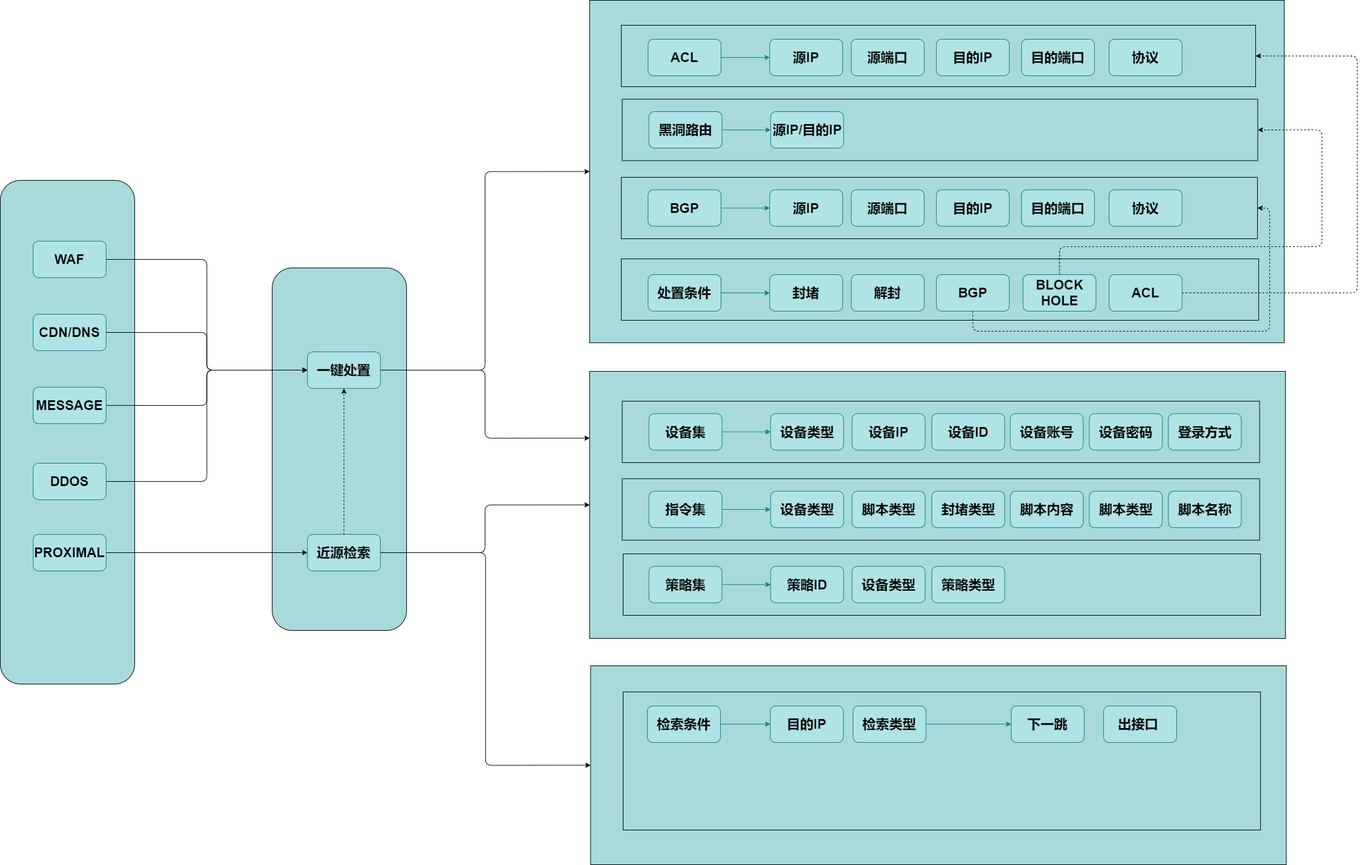
The draw.io diagram emer_action.png in scdays/asset, before a commit. Source tidied: cells renumbered, new cells last; positions are measured from the earlier drawing's top-left corner, leaving out a move shared by most shapes.
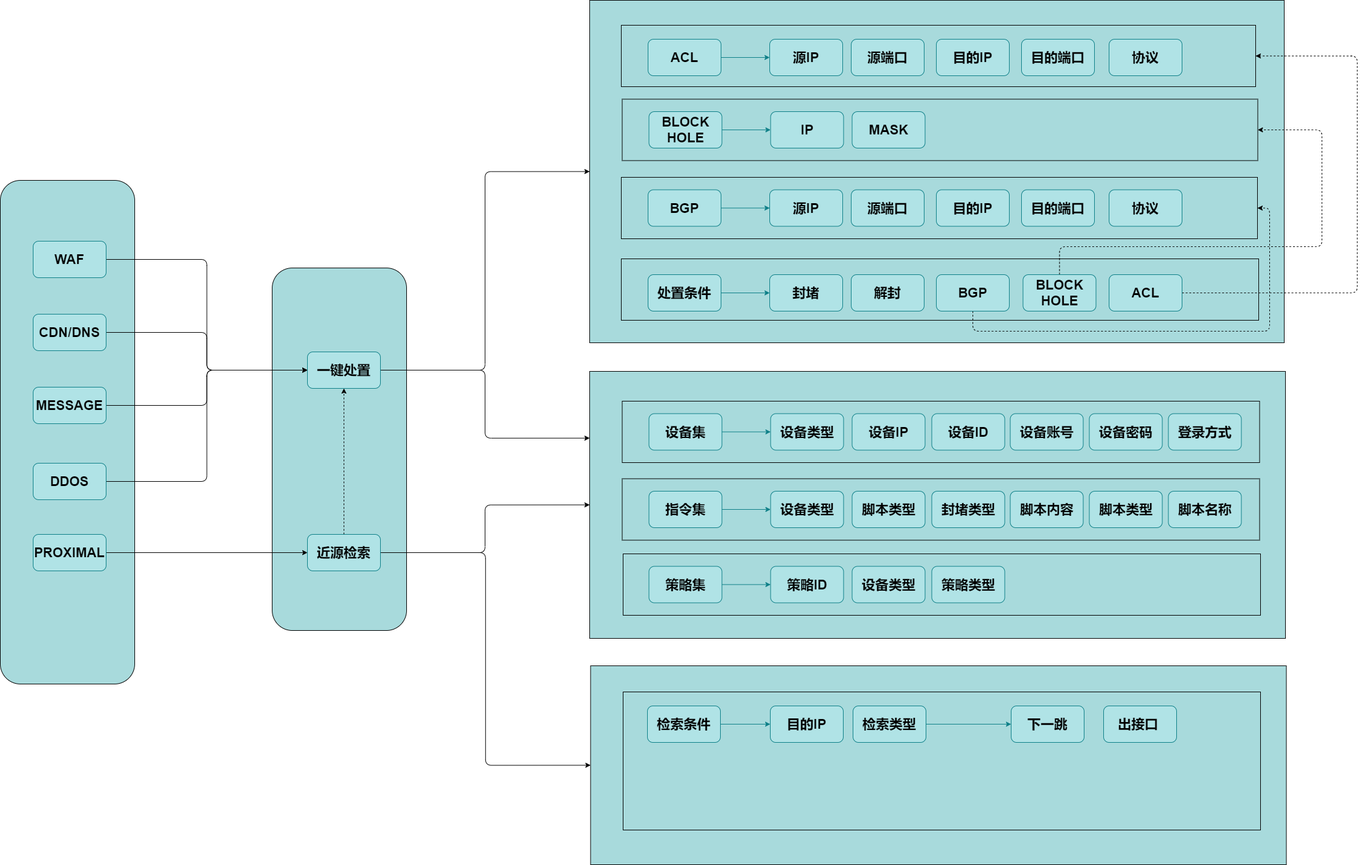
The same file after the commit.

What changed in the source:
```diff
@@ -110,10 +110,10 @@
     <mxCell id="37" style="edgeStyle=orthogonalEdgeStyle;jettySize=auto;fontSize=22;labelBackgroundColor=none;fontColor=#1D3557;spacing=3;shadow=0;sketch=0;fillColor=#b0e3e6;strokeColor=#0e8088;fontStyle=1;horizontal=1;verticalAlign=middle;align=center;html=1;" parent="1" edge="1" source="38" target="39">
       <mxGeometry relative="1" as="geometry" />
     </mxCell>
-    <mxCell id="38" value="黑洞路由" style="whiteSpace=wrap;fontSize=22;spacing=3;rounded=1;labelBackgroundColor=none;shadow=0;sketch=0;fillColor=#b0e3e6;strokeColor=#0e8088;fontStyle=1;horizontal=1;verticalAlign=middle;align=center;html=1;" parent="1" vertex="1">
+    <mxCell id="38" value="BLOCK HOLE" style="whiteSpace=wrap;fontSize=22;spacing=3;rounded=1;labelBackgroundColor=none;shadow=0;sketch=0;fillColor=#b0e3e6;strokeColor=#0e8088;fontStyle=1;horizontal=1;verticalAlign=middle;align=center;html=1;" parent="1" vertex="1">
       <mxGeometry x="1066.5" y="183" width="120" height="60" as="geometry" />
     </mxCell>
-    <mxCell id="39" value="源IP/目的IP" style="whiteSpace=wrap;fontSize=22;spacing=3;rounded=1;labelBackgroundColor=none;shadow=0;sketch=0;fillColor=#b0e3e6;strokeColor=#0e8088;fontStyle=1;horizontal=1;verticalAlign=middle;align=center;html=1;" parent="1" vertex="1">
+    <mxCell id="39" value="IP" style="whiteSpace=wrap;fontSize=22;spacing=3;rounded=1;labelBackgroundColor=none;shadow=0;sketch=0;fillColor=#b0e3e6;strokeColor=#0e8088;fontStyle=1;horizontal=1;verticalAlign=middle;align=center;html=1;" parent="1" vertex="1">
       <mxGeometry x="1266.5" y="183" width="120" height="60" as="geometry" />
     </mxCell>
     <mxCell id="40" style="edgeStyle=orthogonalEdgeStyle;jettySize=auto;fontSize=22;labelBackgroundColor=none;fontColor=#1D3557;spacing=3;shadow=0;sketch=0;fillColor=#b0e3e6;strokeColor=#0e8088;fontStyle=1;horizontal=1;verticalAlign=middle;align=center;html=1;" parent="1" edge="1" source="41" target="42">
@@ -274,5 +274,8 @@
     <mxCell id="86" value="策略类型" style="whiteSpace=wrap;fontSize=22;spacing=3;rounded=1;labelBackgroundColor=none;shadow=0;sketch=0;fillColor=#b0e3e6;strokeColor=#0e8088;fontStyle=1;horizontal=1;verticalAlign=middle;align=center;html=1;" parent="1" vertex="1">
       <mxGeometry x="1531.5" y="930.5" width="120" height="60" as="geometry" />
     </mxCell>
+    <mxCell id="87" value="MASK" style="whiteSpace=wrap;fontSize=22;spacing=3;rounded=1;labelBackgroundColor=none;shadow=0;sketch=0;fillColor=#b0e3e6;strokeColor=#0e8088;fontStyle=1;horizontal=1;verticalAlign=middle;align=center;html=1;" parent="1" vertex="1">
+      <mxGeometry x="1400.5" y="183" width="120" height="60" as="geometry" />
+    </mxCell>
   </root>
 </mxGraphModel>
```
